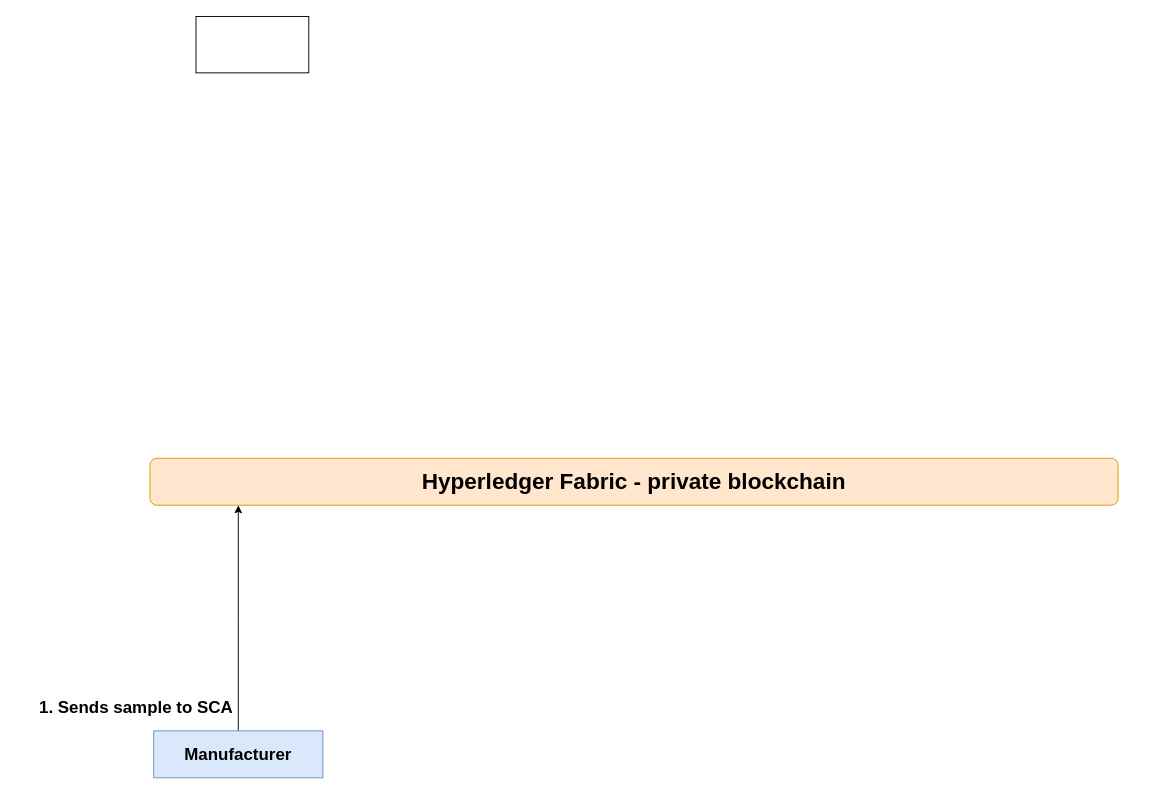
Above: Untitled Diagram.drawio in onkarhanchate14/seed_supply_chain (draw.io), before the change. Source tidied: cells renumbered, new cells numbered last; positions are measured from the earlier drawing's top-left corner, leaving out a move shared by most shapes. Both pictures are drawn from the tidied source at 94%, with x=0, y=0 at pixel (32, 16).
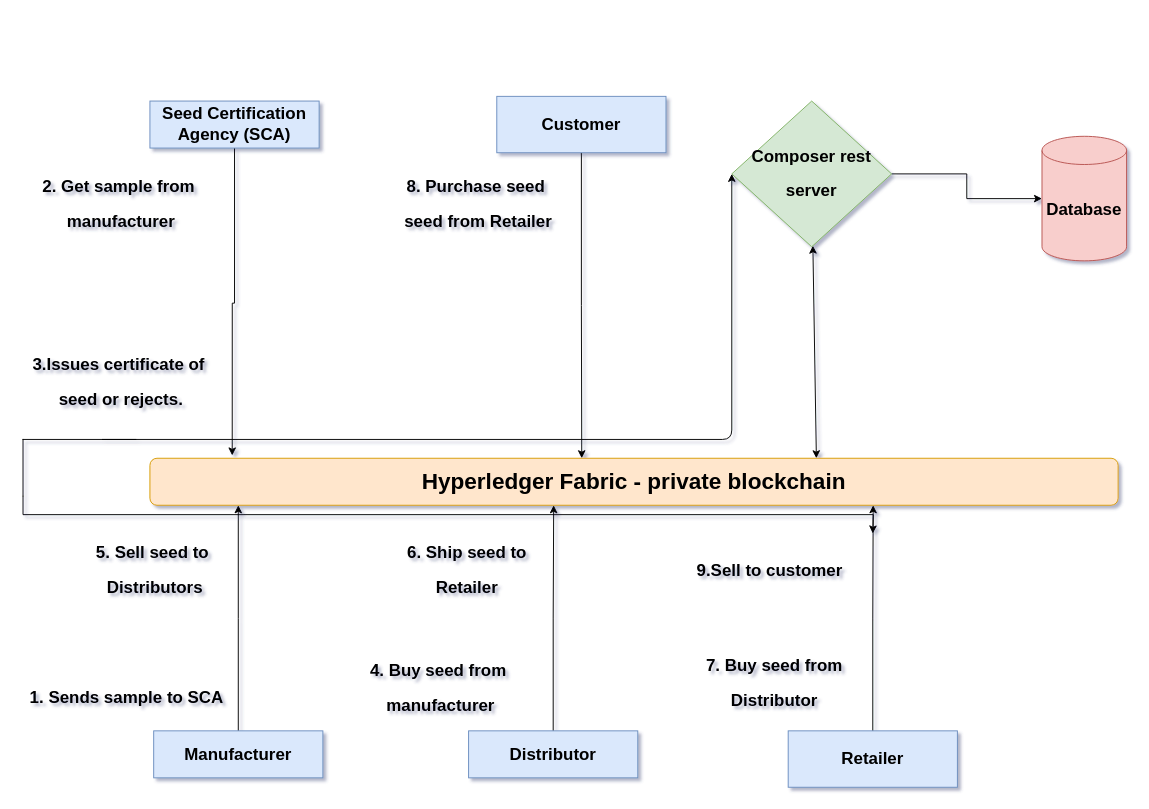
Above is the later version.

The change refers to these unchanged cells:
```xml
<mxCell id="2" value="&lt;h1&gt;Hyperledger Fabric - private blockchain&lt;/h1&gt;" style="rounded=1;whiteSpace=wrap;html=1;fillColor=#ffe6cc;strokeColor=#d79b00;" parent="1" vertex="1">
  <mxGeometry x="125" y="470" width="1030" height="50" as="geometry" />
</mxCell>
```

Change to the diagram source:
```diff
@@
-<mxGraphModel>
+<mxGraphModel shadow="1">
@@
     <mxCell id="5" value="&lt;h2&gt;1. Sends sample to SCA&lt;/h2&gt;" style="text;html=1;align=center;verticalAlign=middle;strokeColor=none;" parent="1" vertex="1">
-      <mxGeometry y="710" width="220" height="50" as="geometry" />
+      <mxGeometry x="-10" y="700" width="220" height="50" as="geometry" />
     </mxCell>
-    <mxCell id="6" style="rounded=0;whiteSpace=wrap;html=1;" parent="1" vertex="1">
-      <mxGeometry x="174" width="120" height="60" as="geometry" />
-    </mxCell>
+    <mxCell id="7" style="edgeStyle=orthogonalEdgeStyle;rounded=0;jettySize=auto;html=1;entryX=0.085;entryY=-0.06;entryDx=0;entryDy=0;entryPerimeter=0;" parent="1" edge="1" source="8" target="2">
+      <mxGeometry relative="1" as="geometry" />
+    </mxCell>
+    <mxCell id="8" value="&lt;h2&gt;Seed Certification Agency (SCA)&lt;/h2&gt;" style="rounded=0;whiteSpace=wrap;html=1;fillColor=#dae8fc;strokeColor=#6c8ebf;" parent="1" vertex="1">
+      <mxGeometry x="125" y="90" width="180" height="50" as="geometry" />
+    </mxCell>
+    <mxCell id="9" value="&lt;h2&gt;2. Get sample from&amp;nbsp;&lt;/h2&gt;&lt;h2&gt;manufacturer&lt;/h2&gt;" style="text;html=1;align=center;verticalAlign=middle;strokeColor=none;" parent="1" vertex="1">
+      <mxGeometry x="4" y="160" width="180" height="80" as="geometry" />
+    </mxCell>
+    <mxCell id="10" value="&lt;h2&gt;3.Issues certificate of&amp;nbsp;&lt;/h2&gt;&lt;h2&gt;seed or rejects.&lt;/h2&gt;" style="text;html=1;align=center;verticalAlign=middle;strokeColor=none;" parent="1" vertex="1">
+      <mxGeometry x="-6" y="350" width="200" height="80" as="geometry" />
+    </mxCell>
+    <mxCell id="11" value="&lt;h2&gt;5. Sell seed to&amp;nbsp;&lt;/h2&gt;&lt;h2&gt;Distributors&lt;/h2&gt;" style="text;html=1;align=center;verticalAlign=middle;strokeColor=none;" parent="1" vertex="1">
+      <mxGeometry x="60" y="550" width="140" height="80" as="geometry" />
+    </mxCell>
+    <mxCell id="12" style="edgeStyle=orthogonalEdgeStyle;rounded=0;jettySize=auto;html=1;entryX=0.417;entryY=1;entryDx=0;entryDy=0;entryPerimeter=0;" parent="1" edge="1" source="13" target="2">
+      <mxGeometry relative="1" as="geometry" />
+    </mxCell>
+    <mxCell id="13" value="&lt;h2&gt;Distributor&lt;/h2&gt;" style="rounded=0;whiteSpace=wrap;html=1;fillColor=#dae8fc;strokeColor=#6c8ebf;" parent="1" vertex="1">
+      <mxGeometry x="464" y="760" width="180" height="50" as="geometry" />
+    </mxCell>
+    <mxCell id="14" value="&lt;h2&gt;4. Buy seed from&amp;nbsp;&lt;/h2&gt;&lt;h2&gt;manufacturer&lt;/h2&gt;" style="text;html=1;align=center;verticalAlign=middle;strokeColor=none;" parent="1" vertex="1">
+      <mxGeometry x="349" y="675" width="170" height="80" as="geometry" />
+    </mxCell>
+    <mxCell id="15" value="&lt;h2&gt;6. Ship seed to&lt;/h2&gt;&lt;h2&gt;Retailer&lt;/h2&gt;" style="text;html=1;align=center;verticalAlign=middle;strokeColor=none;" parent="1" vertex="1">
+      <mxGeometry x="392" y="550" width="140" height="80" as="geometry" />
+    </mxCell>
+    <mxCell id="16" style="edgeStyle=orthogonalEdgeStyle;rounded=0;jettySize=auto;html=1;entryX=0.747;entryY=1;entryDx=0;entryDy=0;entryPerimeter=0;" parent="1" edge="1" source="17" target="2">
+      <mxGeometry relative="1" as="geometry" />
+    </mxCell>
+    <mxCell id="17" value="&lt;h2&gt;Retailer&lt;/h2&gt;" style="rounded=0;whiteSpace=wrap;html=1;fillColor=#dae8fc;strokeColor=#6c8ebf;" parent="1" vertex="1">
+      <mxGeometry x="804" y="760" width="180" height="60" as="geometry" />
+    </mxCell>
+    <mxCell id="18" value="&lt;h2&gt;7. Buy seed from&lt;/h2&gt;&lt;h2&gt;Distributor&lt;/h2&gt;" style="text;html=1;align=center;verticalAlign=middle;strokeColor=none;" parent="1" vertex="1">
+      <mxGeometry x="709" y="670" width="160" height="80" as="geometry" />
+    </mxCell>
+    <mxCell id="19" value="&lt;h2&gt;9.Sell to customer&lt;/h2&gt;" style="text;html=1;align=center;verticalAlign=middle;strokeColor=none;" parent="1" vertex="1">
+      <mxGeometry x="699" y="565" width="170" height="50" as="geometry" />
+    </mxCell>
+    <mxCell id="20" style="edgeStyle=orthogonalEdgeStyle;rounded=0;jettySize=auto;html=1;entryX=0.446;entryY=0;entryDx=0;entryDy=0;entryPerimeter=0;" parent="1" edge="1" source="21" target="2">
+      <mxGeometry relative="1" as="geometry" />
+    </mxCell>
+    <mxCell id="21" value="&lt;h2&gt;Customer&lt;/h2&gt;" style="rounded=0;whiteSpace=wrap;html=1;fillColor=#dae8fc;strokeColor=#6c8ebf;" parent="1" vertex="1">
+      <mxGeometry x="494" y="85" width="180" height="60" as="geometry" />
+    </mxCell>
+    <mxCell id="22" value="&lt;h2&gt;8. Purchase seed&amp;nbsp;&lt;/h2&gt;&lt;h2&gt;seed from Retailer&lt;/h2&gt;" style="text;html=1;align=center;verticalAlign=middle;strokeColor=none;" parent="1" vertex="1">
+      <mxGeometry x="389" y="160" width="170" height="80" as="geometry" />
+    </mxCell>
+    <mxCell id="23" style="endArrow=classic;startArrow=classic;html=1;" parent="1" edge="1" target="25">
+      <mxGeometry relative="1" as="geometry">
+        <mxPoint x="834" y="470" as="sourcePoint" />
+      </mxGeometry>
+    </mxCell>
+    <mxCell id="24" style="edgeStyle=orthogonalEdgeStyle;rounded=0;jettySize=auto;html=1;" parent="1" edge="1" source="25" target="29">
+      <mxGeometry relative="1" as="geometry" />
+    </mxCell>
+    <mxCell id="25" value="&lt;h2&gt;Composer rest&lt;/h2&gt;&lt;h2&gt;server&lt;/h2&gt;" style="rhombus;whiteSpace=wrap;html=1;fillColor=#d5e8d4;strokeColor=#82b366;" parent="1" vertex="1">
+      <mxGeometry x="744" y="90" width="170" height="155" as="geometry" />
+    </mxCell>
+    <mxCell id="26" style="edgeStyle=segmentEdgeStyle;endArrow=classic;html=1;entryX=0;entryY=0.5;entryDx=0;entryDy=0;" parent="1" edge="1" target="25">
+      <mxGeometry relative="1" as="geometry">
+        <mxPoint x="74" y="450" as="sourcePoint" />
+      </mxGeometry>
+    </mxCell>
+    <mxCell id="27" style="edgeStyle=orthogonalEdgeStyle;rounded=0;jettySize=auto;html=1;exitX=0;exitY=1;exitDx=0;exitDy=0;" parent="1" edge="1" source="28">
+      <mxGeometry relative="1" as="geometry">
+        <mxPoint x="894" y="550" as="targetPoint" />
+      </mxGeometry>
+    </mxCell>
+    <mxCell id="28" style="shape=partialRectangle;whiteSpace=wrap;html=1;bottom=0;right=0;fillColor=none;" parent="1" vertex="1">
+      <mxGeometry x="-10" y="450" width="120" height="60" as="geometry" />
+    </mxCell>
+    <mxCell id="29" value="&lt;h2&gt;Database&lt;/h2&gt;" style="shape=cylinder3;whiteSpace=wrap;html=1;boundedLbl=1;backgroundOutline=1;size=15;fillColor=#f8cecc;strokeColor=#b85450;" parent="1" vertex="1">
+      <mxGeometry x="1074" y="127.5" width="90" height="132.5" as="geometry" />
+    </mxCell>
```
